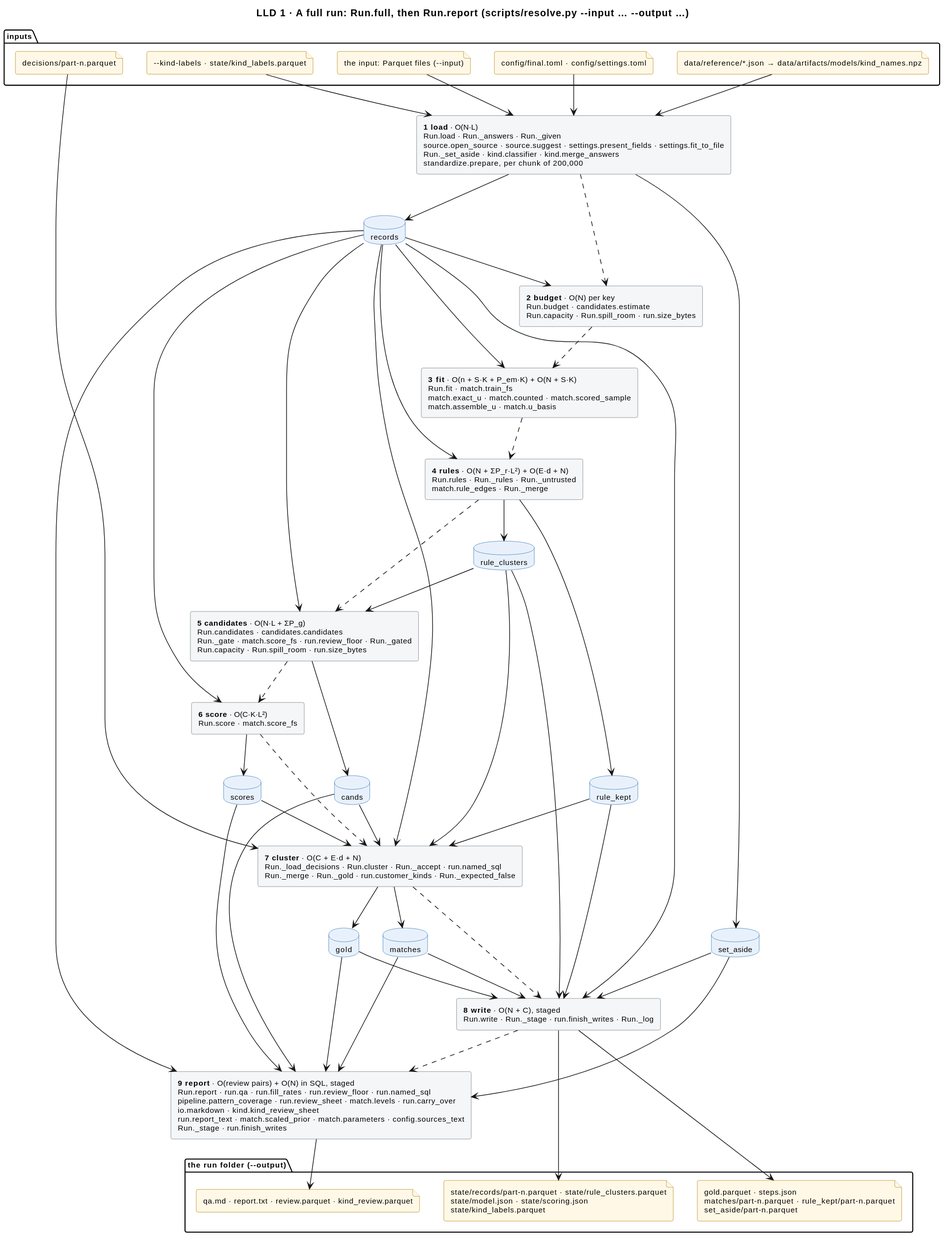
The PlantUML diagram docs/diagrams/full-run.svg in mvsbm/entity_matching, before a commit.
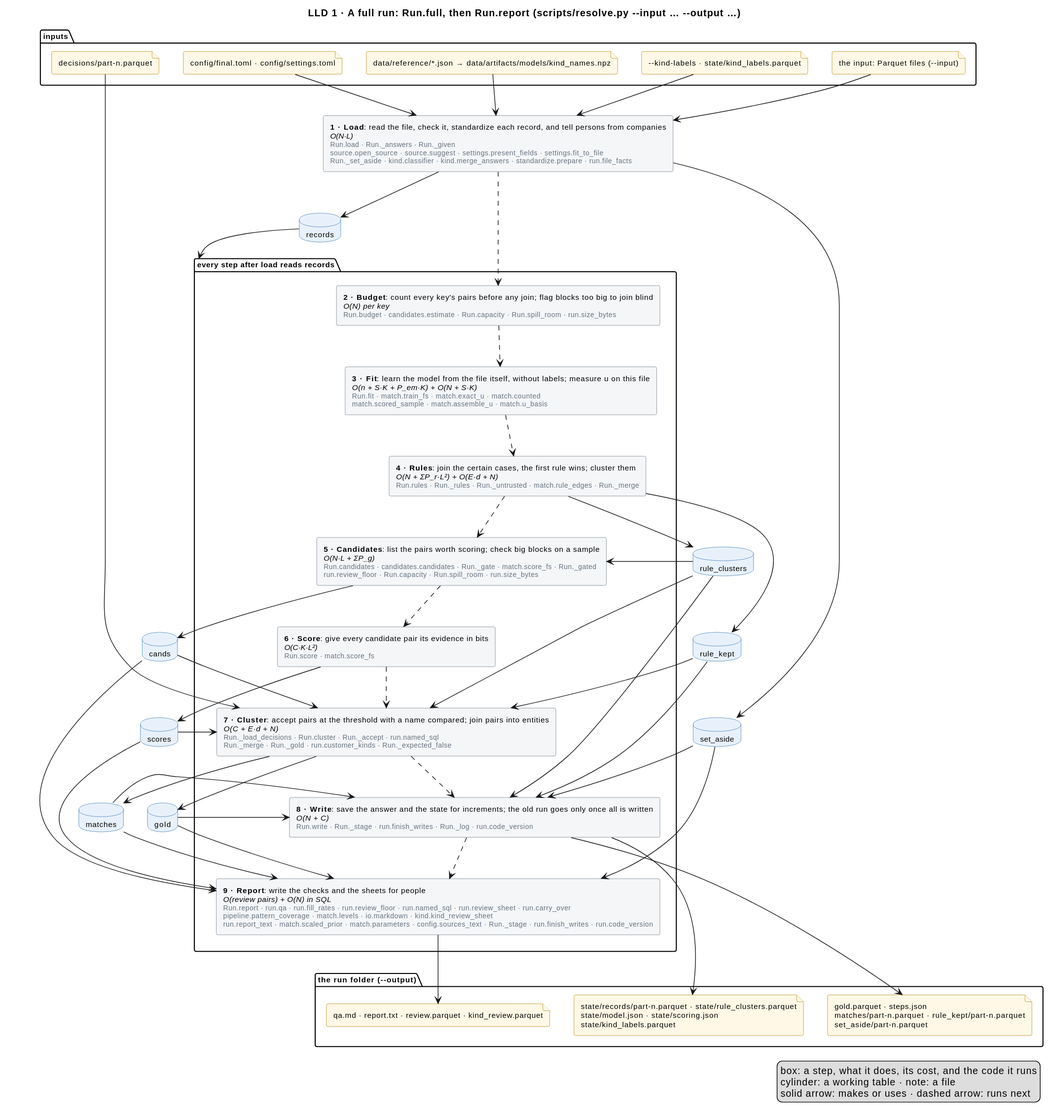
After the commit.

What changed in the source:
```diff
@@ -22,16 +22,18 @@
   file "decisions/part-n.parquet" as f_decisions
 }
 
-rectangle "<b>1 load</b> · O(N·L)\nRun.load · Run._answers · Run._given\nsource.open_source · source.suggest · settings.present_fields · settings.fit_to_file\nRun._set_aside · kind.classifier · kind.merge_answers\nstandardize.prepare, per chunk of 200,000" as load
-rectangle "<b>2 budget</b> · O(N) per key\nRun.budget · candidates.estimate\nRun.capacity · Run.spill_room · run.size_bytes" as budget
-rectangle "<b>3 fit</b> · O(n + S·K + P_em·K) + O(N + S·K)\nRun.fit · match.train_fs\nmatch.exact_u · match.counted · match.scored_sample\nmatch.assemble_u · match.u_basis" as fit
-rectangle "<b>4 rules</b> · O(N + ΣP_r·L²) + O(E·d + N)\nRun.rules · Run._rules · Run._untrusted\nmatch.rule_edges · Run._merge" as rules
-rectangle "<b>5 candidates</b> · O(N·L + ΣP_g)\nRun.candidates · candidates.candidates\nRun._gate · match.score_fs · run.review_floor · Run._gated\nRun.capacity · Run.spill_room · run.size_bytes" as candidates
-rectangle "<b>6 score</b> · O(C·K·L²)\nRun.score · match.score_fs" as score
-rectangle "<b>7 cluster</b> · O(C + E·d + N)\nRun._load_decisions · Run.cluster · Run._accept · run.named_sql\nRun._merge · Run._gold · run.customer_kinds · Run._expected_false" as cluster
-rectangle "<b>8 write</b> · O(N + C), staged\nRun.write · Run._stage · run.finish_writes · Run._log" as write
-rectangle "<b>9 report</b> · O(review pairs) + O(N) in SQL, staged\nRun.report · run.qa · run.fill_rates · run.review_floor · run.named_sql\npipeline.pattern_coverage · run.review_sheet · match.levels · run.carry_over\nio.markdown · kind.kind_review_sheet\nrun.report_text · match.scaled_prior · match.parameters · config.sources_text\nRun._stage · run.finish_writes" as report
 
+rectangle "<b>1 · Load</b>: read the file, check it, standardize each record, and tell persons from companies\n<i>O(N·L)</i>\n<size:10><color:#65717E>Run.load · Run._answers · Run._given</color></size>\n<size:10><color:#65717E>source.open_source · source.suggest · settings.present_fields · settings.fit_to_file</color></size>\n<size:10><color:#65717E>Run._set_aside · kind.classifier · kind.merge_answers · standardize.prepare · run.file_facts</color></size>" as load
+package "every step after load reads records" as after_load {
+  rectangle "<b>2 · Budget</b>: count every key's pairs before any join; flag blocks too big to join blind\n<i>O(N) per key</i>\n<size:10><color:#65717E>Run.budget · candidates.estimate · Run.capacity · Run.spill_room · run.size_bytes</color></size>" as budget
+  rectangle "<b>3 · Fit</b>: learn the model from the file itself, without labels; measure u on this file\n<i>O(n + S·K + P_em·K) + O(N + S·K)</i>\n<size:10><color:#65717E>Run.fit · match.train_fs · match.exact_u · match.counted</color></size>\n<size:10><color:#65717E>match.scored_sample · match.assemble_u · match.u_basis</color></size>" as fit
+  rectangle "<b>4 · Rules</b>: join the certain cases, the first rule wins; cluster them\n<i>O(N + ΣP_r·L²) + O(E·d + N)</i>\n<size:10><color:#65717E>Run.rules · Run._rules · Run._untrusted · match.rule_edges · Run._merge</color></size>" as rules
+  rectangle "<b>5 · Candidates</b>: list the pairs worth scoring; check big blocks on a sample\n<i>O(N·L + ΣP_g)</i>\n<size:10><color:#65717E>Run.candidates · candidates.candidates · Run._gate · match.score_fs · Run._gated</color></size>\n<size:10><color:#65717E>run.review_floor · Run.capacity · Run.spill_room · run.size_bytes</color></size>" as candidates
+  rectangle "<b>6 · Score</b>: give every candidate pair its evidence in bits\n<i>O(C·K·L²)</i>\n<size:10><color:#65717E>Run.score · match.score_fs</color></size>" as score
+  rectangle "<b>7 · Cluster</b>: accept pairs at the threshold with a name compared; join pairs into entities\n<i>O(C + E·d + N)</i>\n<size:10><color:#65717E>Run._load_decisions · Run.cluster · Run._accept · run.named_sql</color></size>\n<size:10><color:#65717E>Run._merge · Run._gold · run.customer_kinds · Run._expected_false</color></size>" as cluster
+  rectangle "<b>8 · Write</b>: save the answer and the state for increments; the old run goes only once all is written\n<i>O(N + C)</i>\n<size:10><color:#65717E>Run.write · Run._stage · run.finish_writes · Run._log · run.code_version</color></size>" as write
+  rectangle "<b>9 · Report</b>: write the checks and the sheets for people\n<i>O(review pairs) + O(N) in SQL</i>\n<size:10><color:#65717E>Run.report · run.qa · run.fill_rates · run.review_floor · run.named_sql · run.review_sheet · run.carry_over</color></size>\n<size:10><color:#65717E>pipeline.pattern_coverage · match.levels · io.markdown · kind.kind_review_sheet</color></size>\n<size:10><color:#65717E>run.report_text · match.scaled_prior · match.parameters · config.sources_text · Run._stage · run.finish_writes · run.code_version</color></size>" as report
+}
 database "records" as records
 database "set_aside" as set_aside
 database "rule_clusters" as rule_clusters
@@ -64,14 +66,7 @@
 
 load --> records
 load --> set_aside
-records --> budget
-records --> fit
-records --> rules
-records --> candidates
-records --> score
-records --> cluster
-records --> write
-records --> report
+records --> after_load
 rules --> rule_clusters
 rules --> rule_kept
 rule_clusters --> candidates
@@ -97,4 +92,9 @@
 write --> f_out
 write --> f_state
 report --> f_people
+legend right
+  box: a step, what it does, its cost, and the code it runs
+  cylinder: a working table · note: a file
+  solid arrow: makes or uses · dashed arrow: runs next
+endlegend
 @enduml
```
